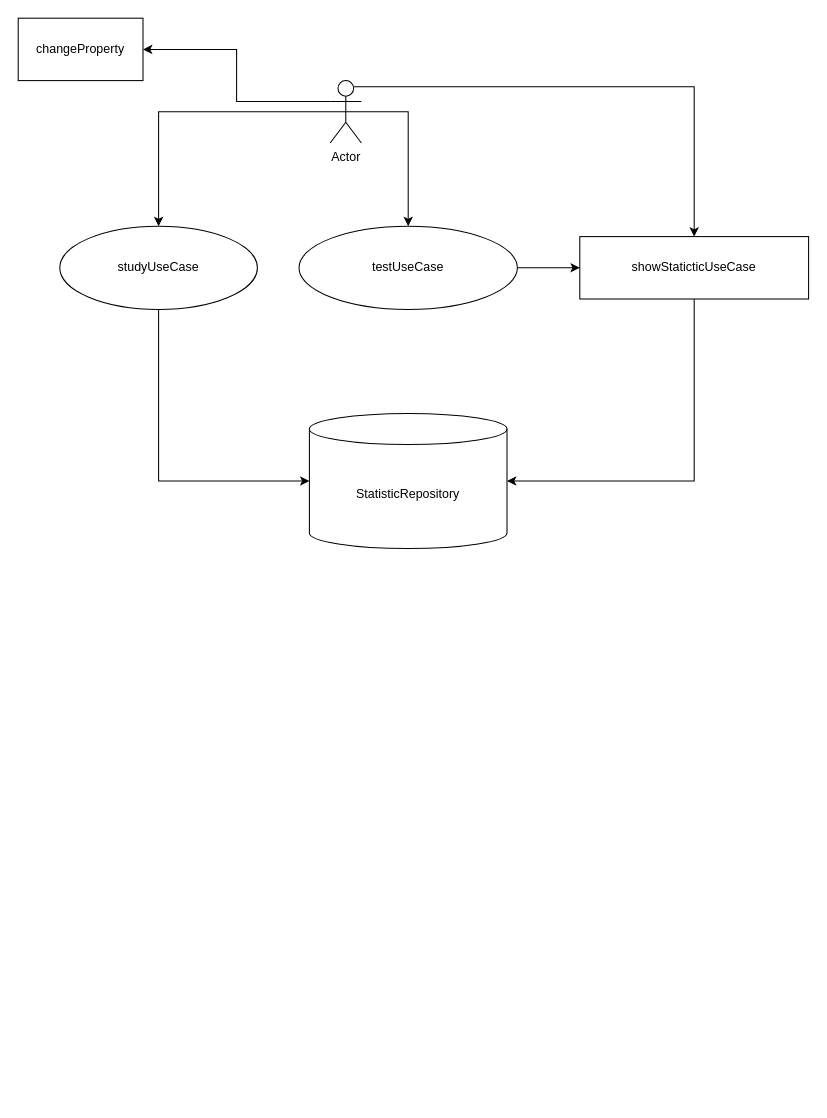
Earlier version of the draw.io diagram diagram/MultiplicationTable.drawio (korney-by/MultiplicationTable). Source tidied: cells renumbered, new cells numbered last; positions are measured from the earlier drawing's top-left corner, leaving out a move shared by most shapes. Both pictures are drawn from the tidied source at 104%, with x=0, y=0 at pixel (18, 18).
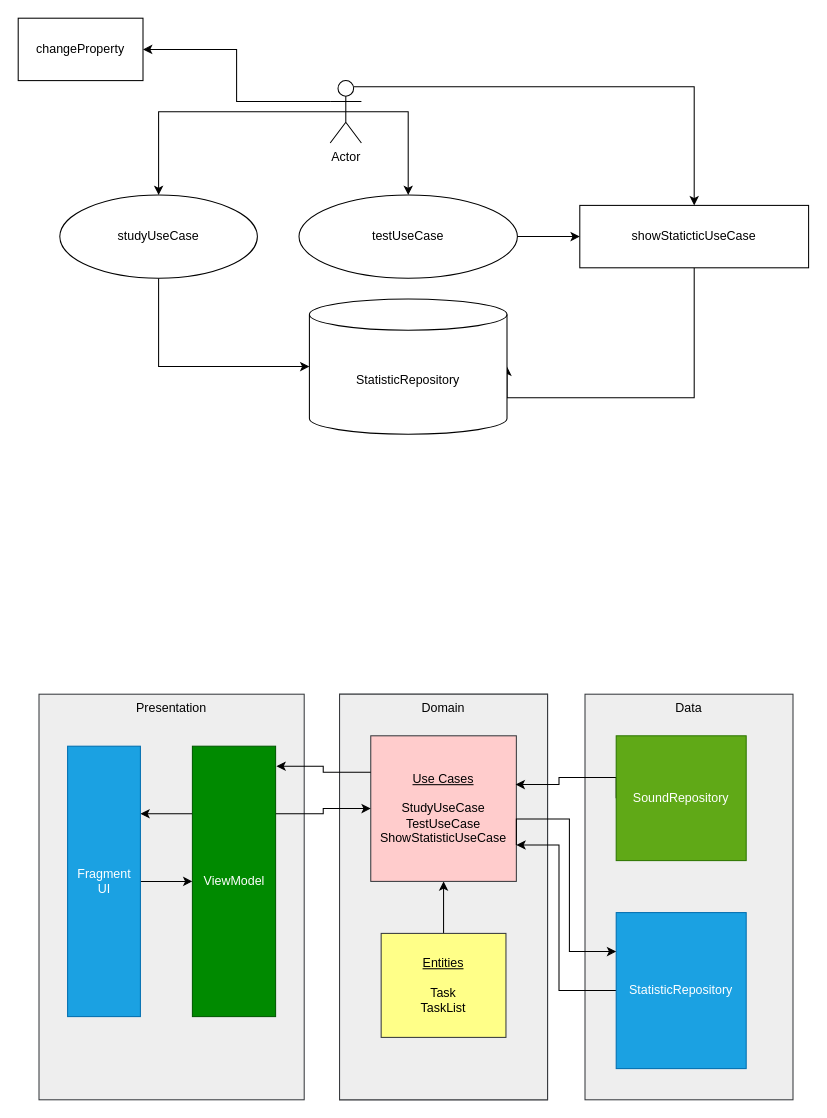
The same page after the edit.

Change to the diagram source:
```diff
@@
+    <mxCell id="15" value="Presentation" style="rounded=0;whiteSpace=wrap;html=1;verticalAlign=top;fillColor=#eeeeee;strokeColor=#36393d;" parent="1" vertex="1">
+      <mxGeometry x="20" y="650" width="255" height="390" as="geometry" />
+    </mxCell>
@@
     <mxCell id="7" value="studyUseCase" style="ellipse;whiteSpace=wrap;html=1;" parent="1" vertex="1">
-      <mxGeometry x="40" y="200" width="190" height="80" as="geometry" />
+      <mxGeometry x="40" y="170" width="190" height="80" as="geometry" />
     </mxCell>
     <mxCell id="8" value="testUseCase" style="ellipse;whiteSpace=wrap;html=1;" parent="1" vertex="1">
-      <mxGeometry x="270" y="200" width="210" height="80" as="geometry" />
+      <mxGeometry x="270" y="170" width="210" height="80" as="geometry" />
     </mxCell>
     <mxCell id="9" style="edgeStyle=orthogonalEdgeStyle;rounded=0;jettySize=auto;html=1;exitX=0.5;exitY=1;exitDx=0;exitDy=0;entryX=1;entryY=0.5;entryDx=0;entryDy=0;entryPerimeter=0;" parent="1" edge="1" source="10" target="13">
       <mxGeometry relative="1" as="geometry">
         <Array as="points">
-          <mxPoint x="650" y="445" />
+          <mxPoint x="650" y="365" />
         </Array>
       </mxGeometry>
     </mxCell>
     <mxCell id="10" value="&lt;span&gt;showStaticticUseCase&lt;br&gt;&lt;/span&gt;" style="rounded=0;whiteSpace=wrap;html=1;" parent="1" vertex="1">
-      <mxGeometry x="540" y="210" width="220" height="60" as="geometry" />
+      <mxGeometry x="540" y="180" width="220" height="60" as="geometry" />
     </mxCell>
@@
     <mxCell id="13" value="StatisticRepository" style="shape=cylinder3;whiteSpace=wrap;html=1;boundedLbl=1;backgroundOutline=1;size=15;" parent="1" vertex="1">
-      <mxGeometry x="280" y="380" width="190" height="130" as="geometry" />
+      <mxGeometry x="280" y="270" width="190" height="130" as="geometry" />
     </mxCell>
@@
+    <mxCell id="16" style="group;fillColor=#ffcccc;strokeColor=#36393d;" parent="1" vertex="1">
+      <mxGeometry x="309" y="650" width="200" height="390" as="geometry" />
+    </mxCell>
+    <mxCell id="17" value="Domain" style="rounded=0;whiteSpace=wrap;html=1;verticalAlign=top;fillColor=#eeeeee;strokeColor=#36393d;" parent="16" vertex="1">
+      <mxGeometry width="200" height="390" as="geometry" />
+    </mxCell>
+    <mxCell id="18" style="edgeStyle=orthogonalEdgeStyle;rounded=0;jettySize=auto;html=1;exitX=0.5;exitY=0;exitDx=0;exitDy=0;entryX=0.5;entryY=1;entryDx=0;entryDy=0;" parent="16" edge="1" source="19" target="20">
+      <mxGeometry relative="1" as="geometry" />
+    </mxCell>
+    <mxCell id="19" value="&lt;u&gt;Entities&lt;/u&gt;&lt;br&gt;&lt;br&gt;Task&lt;br&gt;TaskList" style="rounded=0;whiteSpace=wrap;html=1;fillColor=#ffff88;strokeColor=#36393d;" parent="16" vertex="1">
+      <mxGeometry x="40" y="230" width="120" height="100" as="geometry" />
+    </mxCell>
+    <mxCell id="20" value="&lt;u&gt;Use Cases&lt;br&gt;&lt;/u&gt;&lt;br&gt;&lt;span&gt;StudyUseCase&lt;/span&gt;&lt;br&gt;&lt;span&gt;TestUseCase&lt;/span&gt;&lt;br&gt;&lt;span&gt;ShowStatisticUseCase&lt;/span&gt;" style="rounded=0;whiteSpace=wrap;html=1;fillColor=#ffcccc;strokeColor=#36393d;" parent="16" vertex="1">
+      <mxGeometry x="30" y="40" width="140" height="140" as="geometry" />
+    </mxCell>
+    <mxCell id="21" style="edgeStyle=orthogonalEdgeStyle;rounded=0;jettySize=auto;html=1;exitX=1;exitY=0.25;exitDx=0;exitDy=0;entryX=0;entryY=0.5;entryDx=0;entryDy=0;" parent="1" edge="1" source="23" target="20">
+      <mxGeometry relative="1" as="geometry" />
+    </mxCell>
+    <mxCell id="22" style="edgeStyle=orthogonalEdgeStyle;rounded=0;jettySize=auto;html=1;exitX=0;exitY=0.25;exitDx=0;exitDy=0;entryX=1;entryY=0.25;entryDx=0;entryDy=0;" parent="1" edge="1" source="23" target="25">
+      <mxGeometry relative="1" as="geometry" />
+    </mxCell>
+    <mxCell id="23" value="ViewModel" style="rounded=0;whiteSpace=wrap;html=1;fillColor=#008a00;fontColor=#ffffff;strokeColor=#005700;" parent="1" vertex="1">
+      <mxGeometry x="167.5" y="700" width="80" height="260" as="geometry" />
+    </mxCell>
+    <mxCell id="24" style="edgeStyle=orthogonalEdgeStyle;rounded=0;jettySize=auto;html=1;exitX=1;exitY=0.5;exitDx=0;exitDy=0;entryX=0;entryY=0.5;entryDx=0;entryDy=0;" parent="1" edge="1" source="25" target="23">
+      <mxGeometry relative="1" as="geometry" />
+    </mxCell>
+    <mxCell id="25" value="Fragment&lt;br&gt;UI" style="rounded=0;whiteSpace=wrap;html=1;fillColor=#1ba1e2;fontColor=#ffffff;strokeColor=#006EAF;" parent="1" vertex="1">
+      <mxGeometry x="47.5" y="700" width="70" height="260" as="geometry" />
+    </mxCell>
+    <mxCell id="26" value="Data" style="rounded=0;whiteSpace=wrap;html=1;fillColor=#eeeeee;strokeColor=#36393d;verticalAlign=top;" parent="1" vertex="1">
+      <mxGeometry x="545" y="650" width="200" height="390" as="geometry" />
+    </mxCell>
+    <mxCell id="27" style="edgeStyle=orthogonalEdgeStyle;rounded=0;jettySize=auto;html=1;exitX=0;exitY=0.5;exitDx=0;exitDy=0;entryX=0.995;entryY=0.335;entryDx=0;entryDy=0;entryPerimeter=0;" parent="1" edge="1" source="28" target="20">
+      <mxGeometry relative="1" as="geometry">
+        <Array as="points">
+          <mxPoint x="575" y="730" />
+          <mxPoint x="520" y="730" />
+          <mxPoint x="520" y="737" />
+        </Array>
+      </mxGeometry>
+    </mxCell>
+    <mxCell id="28" value="SoundRepository" style="rounded=0;whiteSpace=wrap;html=1;fillColor=#60a917;fontColor=#ffffff;strokeColor=#2D7600;" parent="1" vertex="1">
+      <mxGeometry x="575" y="690" width="125" height="120" as="geometry" />
+    </mxCell>
+    <mxCell id="29" style="edgeStyle=orthogonalEdgeStyle;rounded=0;jettySize=auto;html=1;exitX=0;exitY=0.5;exitDx=0;exitDy=0;entryX=1;entryY=0.75;entryDx=0;entryDy=0;" parent="1" edge="1" source="30" target="20">
+      <mxGeometry relative="1" as="geometry">
+        <Array as="points">
+          <mxPoint x="520" y="935" />
+          <mxPoint x="520" y="795" />
+        </Array>
+      </mxGeometry>
+    </mxCell>
+    <mxCell id="30" value="StatisticRepository" style="rounded=0;whiteSpace=wrap;html=1;fillColor=#1ba1e2;fontColor=#ffffff;strokeColor=#006EAF;" parent="1" vertex="1">
+      <mxGeometry x="575" y="860" width="125" height="150" as="geometry" />
+    </mxCell>
+    <mxCell id="31" style="edgeStyle=orthogonalEdgeStyle;rounded=0;jettySize=auto;html=1;exitX=0;exitY=0.25;exitDx=0;exitDy=0;entryX=1.01;entryY=0.074;entryDx=0;entryDy=0;entryPerimeter=0;" parent="1" edge="1" source="20" target="23">
+      <mxGeometry relative="1" as="geometry" />
+    </mxCell>
+    <mxCell id="32" style="edgeStyle=orthogonalEdgeStyle;rounded=0;jettySize=auto;html=1;exitX=1;exitY=0.75;exitDx=0;exitDy=0;entryX=0;entryY=0.25;entryDx=0;entryDy=0;" parent="1" edge="1" source="20" target="30">
+      <mxGeometry relative="1" as="geometry">
+        <Array as="points">
+          <mxPoint x="479" y="770" />
+          <mxPoint x="530" y="770" />
+          <mxPoint x="530" y="898" />
+        </Array>
+      </mxGeometry>
+    </mxCell>
```
